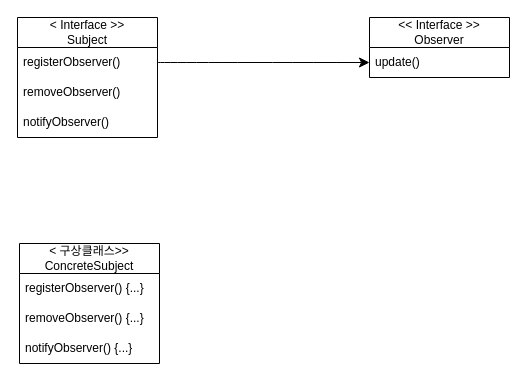
Earlier version of the draw.io diagram 제목 없는 다이어그램.drawio (Ohsaam/umlDiagram). Source tidied: cells renumbered, new cells numbered last; positions are measured from the earlier drawing's top-left corner, leaving out a move shared by most shapes. Both pictures are drawn from the tidied source at 100%, with x=0, y=0 at pixel (17, 17).
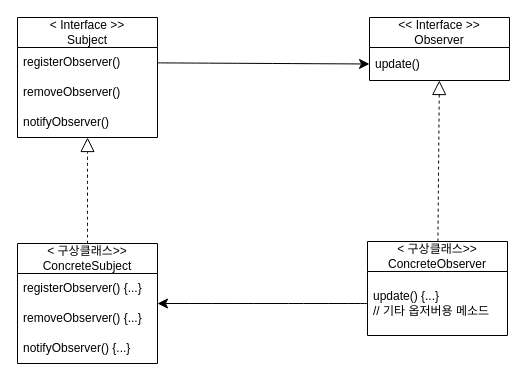
After the change.

Commit message (it also covers changes not shown here):
제목 없는 다이어그램.drawio 업데이트

What changed in the source:
```diff
@@
 <mxGraphModel>
   <root>
     <mxCell id="0" />
     <mxCell id="1" parent="0" />
     <mxCell id="2" value="&lt;div&gt;&amp;lt; Interface &amp;gt;&amp;gt;&lt;/div&gt;Subject" style="swimlane;fontStyle=0;horizontal=1;startSize=30;whiteSpace=wrap;html=1;" parent="1" vertex="1">
       <mxGeometry width="140" height="120" as="geometry" />
     </mxCell>
     <mxCell id="3" value="registerObserver()" style="text;strokeColor=none;fillColor=none;align=left;verticalAlign=middle;spacingLeft=4;spacingRight=4;overflow=hidden;points=[[0,0.5],[1,0.5]];portConstraint=eastwest;whiteSpace=wrap;html=1;" parent="2" vertex="1">
       <mxGeometry y="30" width="140" height="30" as="geometry" />
     </mxCell>
     <mxCell id="4" value="removeObserver()" style="text;strokeColor=none;fillColor=none;align=left;verticalAlign=middle;spacingLeft=4;spacingRight=4;overflow=hidden;whiteSpace=wrap;html=1;" parent="2" vertex="1">
       <mxGeometry y="60" width="140" height="30" as="geometry" />
     </mxCell>
     <mxCell id="5" value="notifyObserver()" style="text;strokeColor=none;fillColor=none;align=left;verticalAlign=middle;spacingLeft=4;spacingRight=4;overflow=hidden;points=[[0,0.5],[1,0.5]];portConstraint=eastwest;whiteSpace=wrap;html=1;" parent="2" vertex="1">
       <mxGeometry y="90" width="140" height="30" as="geometry" />
     </mxCell>
     <mxCell id="6" value="&lt;div&gt;&amp;lt;&amp;lt; Interface &amp;gt;&amp;gt;&lt;/div&gt;Observer" style="swimlane;fontStyle=0;horizontal=1;startSize=30;whiteSpace=wrap;html=1;" parent="1" vertex="1">
-      <mxGeometry x="352" width="140" height="60" as="geometry" />
+      <mxGeometry x="352" width="140" height="63" as="geometry" />
     </mxCell>
     <mxCell id="7" value="update()" style="text;strokeColor=none;fillColor=none;align=left;verticalAlign=middle;spacingLeft=4;spacingRight=4;overflow=hidden;points=[[0,0.5],[1,0.5]];portConstraint=eastwest;whiteSpace=wrap;html=1;" parent="6" vertex="1">
-      <mxGeometry y="30" width="140" height="30" as="geometry" />
+      <mxGeometry y="30" width="140" height="33" as="geometry" />
     </mxCell>
     <mxCell id="8" style="edgeStyle=none;curved=1;rounded=0;jettySize=auto;html=1;entryX=0;entryY=0.5;entryDx=0;entryDy=0;fontSize=12;startSize=8;endSize=8;" parent="1" edge="1" source="3" target="7">
       <mxGeometry relative="1" as="geometry" />
     </mxCell>
     <mxCell id="9" value="&lt;div&gt;&amp;lt; 구상클래스&amp;gt;&amp;gt;&lt;/div&gt;ConcreteSubject" style="swimlane;fontStyle=0;horizontal=1;startSize=30;whiteSpace=wrap;html=1;" parent="1" vertex="1">
-      <mxGeometry x="2" y="226" width="140" height="120" as="geometry" />
+      <mxGeometry y="226" width="140" height="120" as="geometry" />
     </mxCell>
     <mxCell id="10" value="registerObserver() {...}" style="text;strokeColor=none;fillColor=none;align=left;verticalAlign=middle;spacingLeft=4;spacingRight=4;overflow=hidden;whiteSpace=wrap;html=1;" parent="9" vertex="1">
       <mxGeometry y="30" width="140" height="30" as="geometry" />
     </mxCell>
     <mxCell id="11" value="removeObserver() {...}" style="text;strokeColor=none;fillColor=none;align=left;verticalAlign=middle;spacingLeft=4;spacingRight=4;overflow=hidden;whiteSpace=wrap;html=1;" parent="9" vertex="1">
       <mxGeometry y="60" width="140" height="30" as="geometry" />
     </mxCell>
     <mxCell id="12" value="notifyObserver() {...}" style="text;strokeColor=none;fillColor=none;align=left;verticalAlign=middle;spacingLeft=4;spacingRight=4;overflow=hidden;whiteSpace=wrap;html=1;" parent="9" vertex="1">
       <mxGeometry y="90" width="140" height="30" as="geometry" />
     </mxCell>
+    <mxCell id="13" style="endArrow=block;dashed=1;endFill=0;endSize=12;html=1;rounded=0;fontSize=12;curved=1;exitX=0.5;exitY=0;exitDx=0;exitDy=0;" parent="1" edge="1" source="9" target="5">
+      <mxGeometry relative="1" as="geometry" />
+    </mxCell>
+    <mxCell id="14" value="&lt;div&gt;&amp;lt; 구상클래스&amp;gt;&amp;gt;&lt;/div&gt;&lt;div&gt;ConcreteObserver&lt;/div&gt;" style="swimlane;fontStyle=0;horizontal=1;startSize=30;whiteSpace=wrap;html=1;" parent="1" vertex="1">
+      <mxGeometry x="350" y="224" width="140" height="94" as="geometry" />
+    </mxCell>
+    <mxCell id="15" value="update() {...}&lt;div&gt;// 기타 옵저버용 메소드&lt;/div&gt;" style="text;strokeColor=none;fillColor=none;align=left;verticalAlign=middle;spacingLeft=4;spacingRight=4;overflow=hidden;points=[[0,0.5],[1,0.5]];portConstraint=eastwest;whiteSpace=wrap;html=1;" parent="14" vertex="1">
+      <mxGeometry y="30" width="140" height="64" as="geometry" />
+    </mxCell>
+    <mxCell id="16" style="endArrow=block;dashed=1;endFill=0;endSize=12;html=1;rounded=0;fontSize=12;curved=1;" parent="1" edge="1" source="14" target="7">
+      <mxGeometry relative="1" as="geometry" />
+    </mxCell>
+    <mxCell id="17" style="edgeStyle=none;curved=1;rounded=0;jettySize=auto;html=1;fontSize=12;startSize=8;endSize=8;" parent="1" edge="1" source="15" target="9">
+      <mxGeometry relative="1" as="geometry" />
+    </mxCell>
   </root>
 </mxGraphModel>
```
